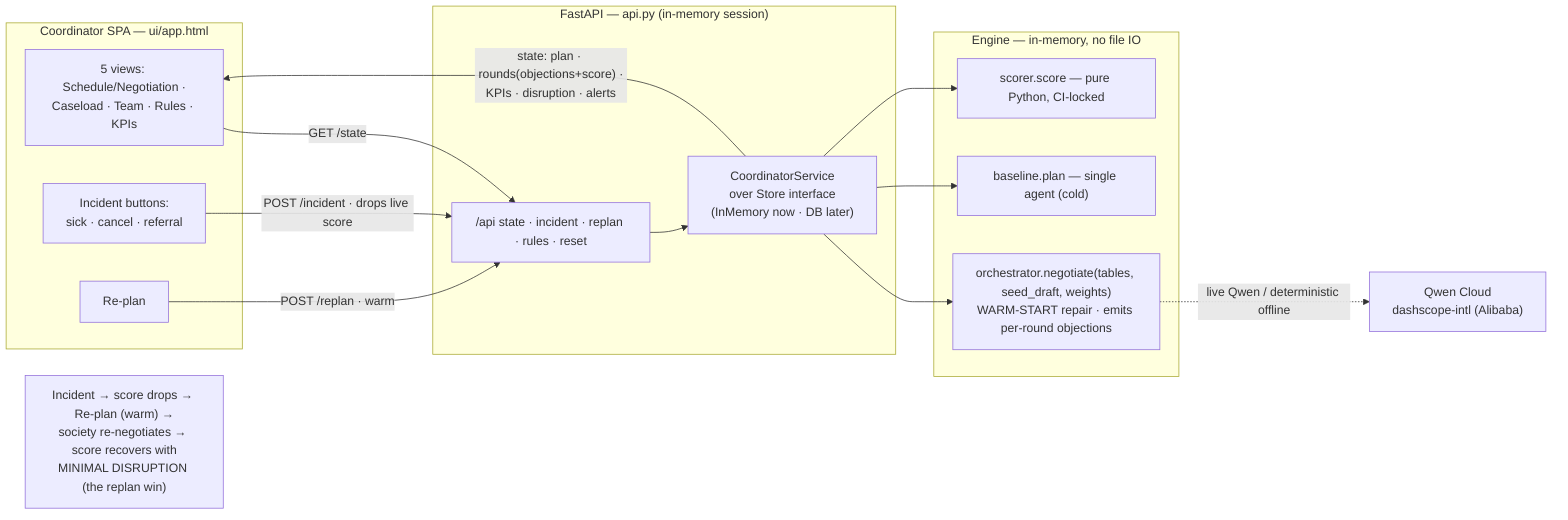
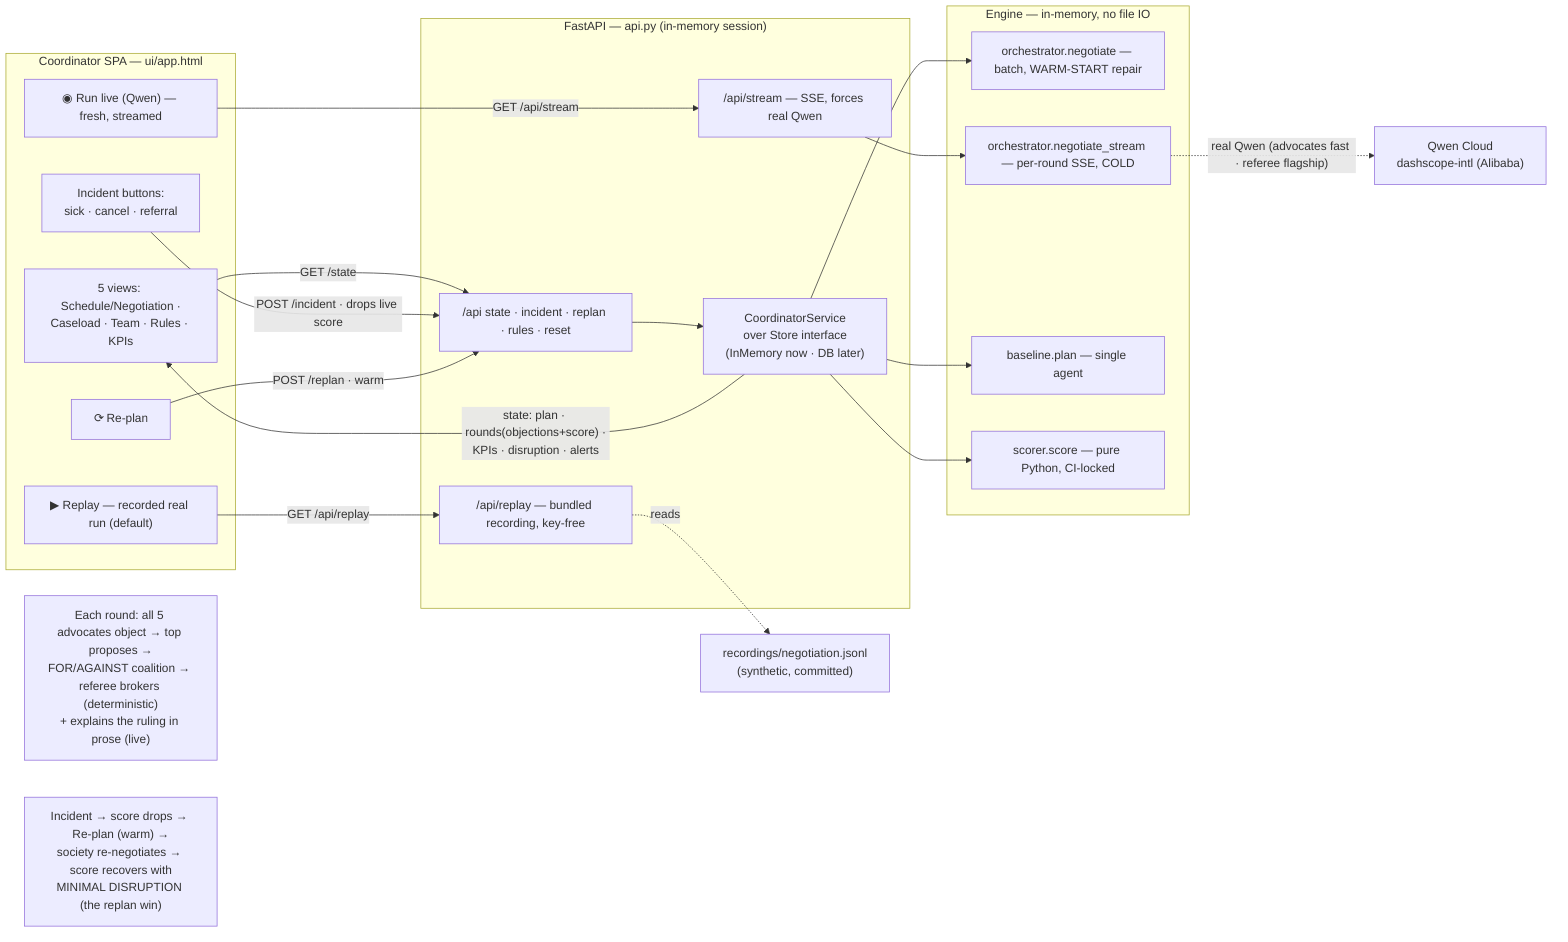
flowchart LR
    subgraph UI["Coordinator SPA — ui/app.html"]
        V["5 views: Schedule/Negotiation ·<br/>Caseload · Team · Rules · KPIs"]
+         RPL["▶ Replay — recorded real run (default)"]
+         LIV["◉ Run live (Qwen) — fresh, streamed"]
        INC["Incident buttons:<br/>sick · cancel · referral"]
-         RP["Re-plan"]
+         RP["⟳ Re-plan"]
    end

    subgraph API["FastAPI — api.py (in-memory session)"]
        EP["/api state · incident · replan · rules · reset"]
+         RPE["/api/replay — bundled recording, key-free"]
+         STE["/api/stream — SSE, forces real Qwen"]
        SVC["CoordinatorService<br/>over Store interface<br/>(InMemory now · DB later)"]
        EP --> SVC
    end

    subgraph ENG["Engine — in-memory, no file IO"]
-         NEG["orchestrator.negotiate(tables, seed_draft, weights)<br/>WARM-START repair · emits per-round objections"]
-         BAS["baseline.plan — single agent (cold)"]
+         NEG["orchestrator.negotiate — batch, WARM-START repair"]
+         NST["orchestrator.negotiate_stream — per-round SSE, COLD"]
+         BAS["baseline.plan — single agent"]
        SCO["scorer.score — pure Python, CI-locked"]
    end

    V -- "GET /state" --> EP
+     RPL -- "GET /api/replay" --> RPE
+     LIV -- "GET /api/stream" --> STE
    INC -- "POST /incident · drops live score" --> EP
    RP -- "POST /replan · warm" --> EP
    SVC --> NEG
    SVC --> BAS
    SVC --> SCO
-     NEG -. "live Qwen / deterministic offline" .-> Q["Qwen Cloud<br/>dashscope-intl (Alibaba)"]
+     STE --> NST
+     NST -. "real Qwen (advocates fast · referee flagship)" .-> Q["Qwen Cloud<br/>dashscope-intl (Alibaba)"]
+     RPE -. reads .-> REC["recordings/negotiation.jsonl<br/>(synthetic, committed)"]
    SVC -- "state: plan · rounds(objections+score) ·<br/>KPIs · disruption · alerts" --> V

+     NOTE["Each round: all 5 advocates object → top proposes →<br/>FOR/AGAINST coalition → referee brokers (deterministic)<br/>+ explains the ruling in prose (live)"]
    LOOP["Incident → score drops → Re-plan (warm) →<br/>society re-negotiates → score recovers with<br/>MINIMAL DISRUPTION (the replan win)"]
